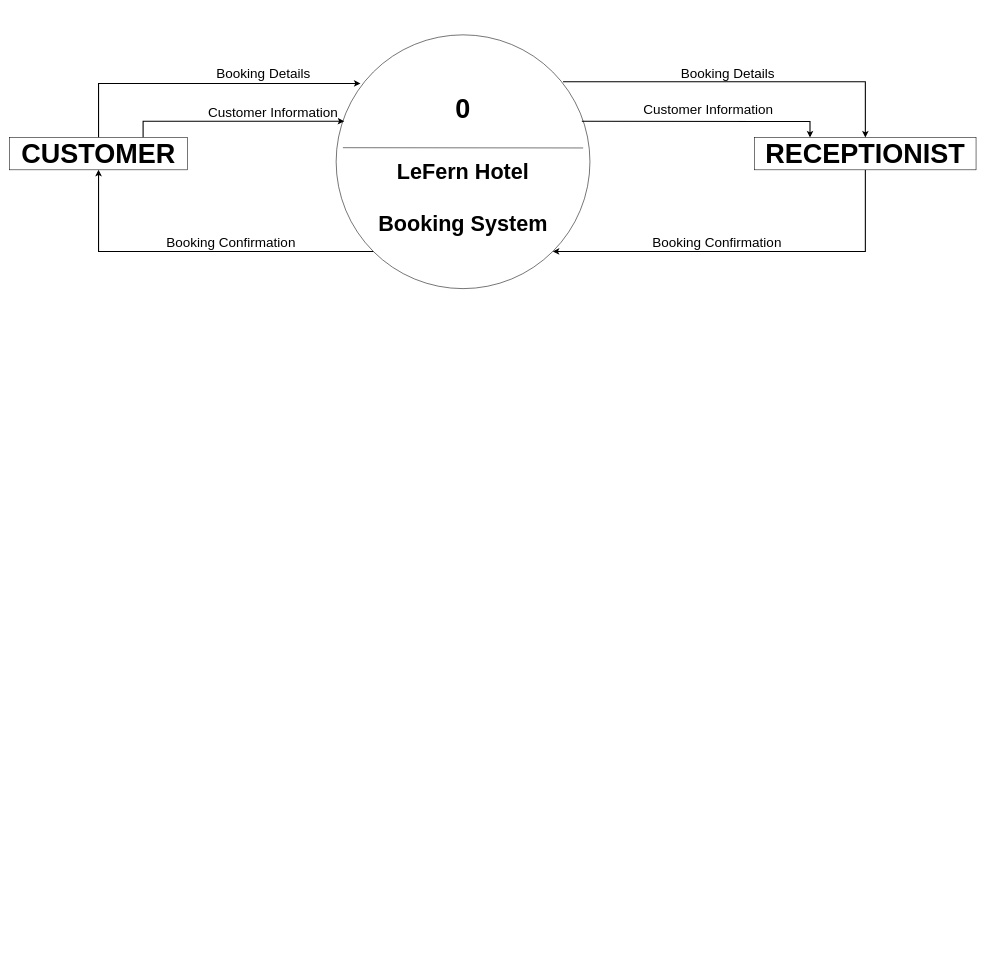
Earlier version of the draw.io diagram CC13/TopLevelDiagram.drawio (doyaoencab/draw.io). Source tidied: cells renumbered, new cells numbered last; positions are measured from the earlier drawing's top-left corner, leaving out a move shared by most shapes. Both pictures are drawn from the tidied source at 54%, with x=0, y=0 at pixel (9, 9).
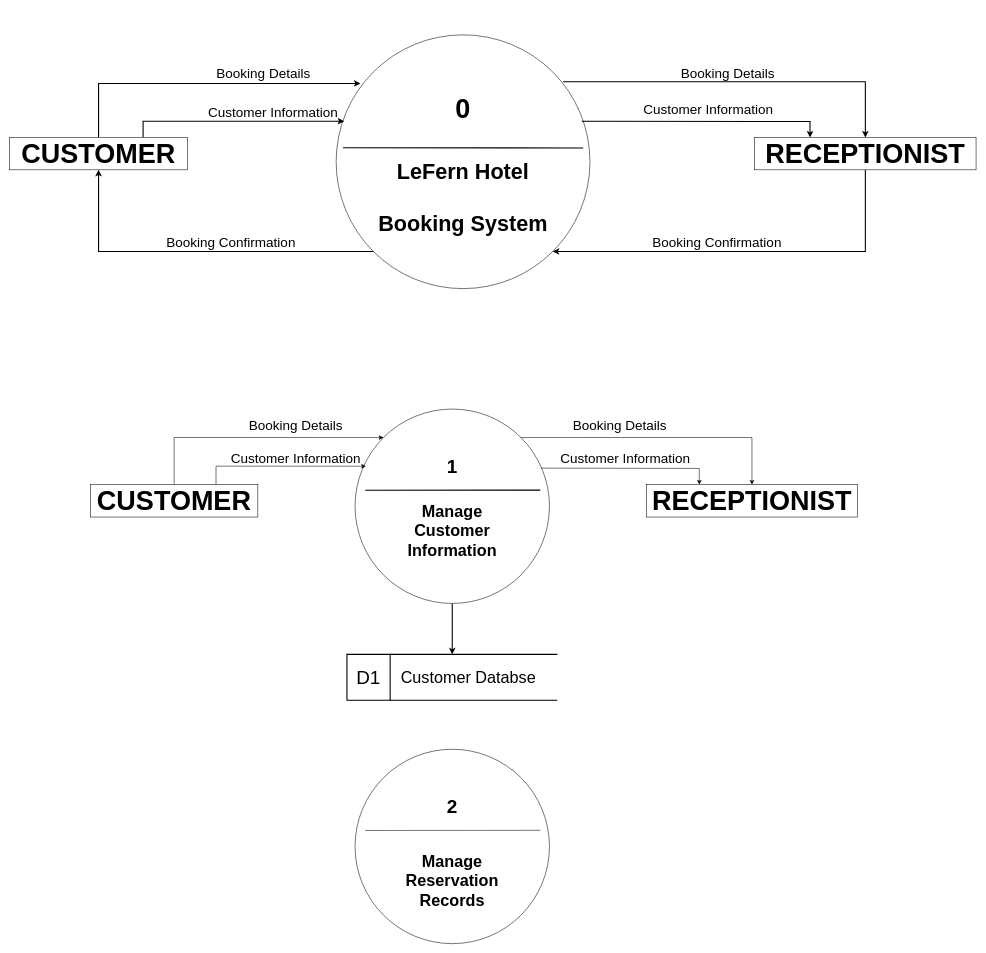
Above is the later version.

The change refers to these unchanged cells:
```xml
<mxCell id="4" style="group;" parent="3" vertex="1">
  <mxGeometry x="-25" y="47" width="470" height="470" as="geometry" />
</mxCell>
```

The edit, as a diff of the source:
```diff
@@
-    <mxCell id="2" style="group;" parent="1" vertex="1">
+    <mxCell id="2" style="group;strokeWidth=3;" parent="1" vertex="1">
       <mxGeometry x="630" y="50" width="530" height="463.6" as="geometry" />
     </mxCell>
@@
-    <mxCell id="6" style="endArrow=none;html=1;rounded=0;entryX=0.958;entryY=0.311;entryDx=0;entryDy=0;entryPerimeter=0;" parent="4" edge="1">
+    <mxCell id="6" style="endArrow=none;html=1;rounded=0;entryX=0.958;entryY=0.311;entryDx=0;entryDy=0;entryPerimeter=0;strokeWidth=2;" parent="4" edge="1">
       <mxGeometry relative="1" as="geometry">
         <mxPoint x="12.5" y="209" as="sourcePoint" />
         <mxPoint x="457.5" y="209.5" as="targetPoint" />
       </mxGeometry>
     </mxCell>
@@
+    <mxCell id="23" style="edgeStyle=orthogonalEdgeStyle;rounded=0;jettySize=auto;html=1;exitX=0.5;exitY=0;exitDx=0;exitDy=0;entryX=0;entryY=0;entryDx=0;entryDy=0;" parent="1" edge="1" source="24" target="27">
+      <mxGeometry relative="1" as="geometry">
+        <Array as="points">
+          <mxPoint x="305" y="793" />
+        </Array>
+      </mxGeometry>
+    </mxCell>
+    <mxCell id="24" value="&lt;b&gt;&lt;font style=&quot;font-size: 50px;&quot;&gt;CUSTOMER&lt;/font&gt;&lt;/b&gt;" style="rounded=0;whiteSpace=wrap;html=1;" parent="1" vertex="1">
+      <mxGeometry x="150" y="880" width="310" height="60" as="geometry" />
+    </mxCell>
+    <mxCell id="25" value="&lt;b&gt;&lt;font style=&quot;font-size: 50px;&quot;&gt;RECEPTIONIST&lt;/font&gt;&lt;/b&gt;" style="rounded=0;whiteSpace=wrap;html=1;" parent="1" vertex="1">
+      <mxGeometry x="1180" y="880" width="390" height="60" as="geometry" />
+    </mxCell>
+    <mxCell id="26" style="group;strokeWidth=3;" parent="1" vertex="1">
+      <mxGeometry x="640" y="740" width="360" height="360" as="geometry" />
+    </mxCell>
+    <mxCell id="27" style="ellipse;whiteSpace=wrap;html=1;" parent="26" vertex="1">
+      <mxGeometry width="360" height="360" as="geometry" />
+    </mxCell>
+    <mxCell id="28" style="endArrow=none;html=1;rounded=0;entryX=0.917;entryY=0.417;entryDx=0;entryDy=0;entryPerimeter=0;exitX=0.016;exitY=0.418;exitDx=0;exitDy=0;exitPerimeter=0;strokeWidth=2;" parent="26" edge="1">
+      <mxGeometry relative="1" as="geometry">
+        <mxPoint x="18.8" y="150.5" as="sourcePoint" />
+        <mxPoint x="343.1" y="150.1" as="targetPoint" />
+      </mxGeometry>
+    </mxCell>
+    <mxCell id="29" value="&lt;font style=&quot;font-size: 30px;&quot;&gt;Manage Customer Information&lt;/font&gt;" style="text;html=1;align=center;verticalAlign=middle;whiteSpace=wrap;rounded=0;fontStyle=1;" parent="26" vertex="1">
+      <mxGeometry x="110" y="210" width="140" height="30" as="geometry" />
+    </mxCell>
+    <mxCell id="30" value="&lt;b&gt;&lt;font style=&quot;font-size: 35px;&quot;&gt;1&lt;/font&gt;&lt;/b&gt;" style="text;html=1;align=center;verticalAlign=middle;whiteSpace=wrap;rounded=0;" parent="26" vertex="1">
+      <mxGeometry x="150" y="90" width="60" height="30" as="geometry" />
+    </mxCell>
+    <mxCell id="31" style="group;" parent="1" vertex="1">
+      <mxGeometry x="640" y="1370" width="360" height="360" as="geometry" />
+    </mxCell>
+    <mxCell id="32" style="ellipse;whiteSpace=wrap;html=1;" parent="31" vertex="1">
+      <mxGeometry width="360" height="360" as="geometry" />
+    </mxCell>
+    <mxCell id="33" style="endArrow=none;html=1;rounded=0;entryX=0.917;entryY=0.417;entryDx=0;entryDy=0;entryPerimeter=0;exitX=0.016;exitY=0.418;exitDx=0;exitDy=0;exitPerimeter=0;" parent="31" edge="1">
+      <mxGeometry relative="1" as="geometry">
+        <mxPoint x="18.8" y="150.5" as="sourcePoint" />
+        <mxPoint x="343.1" y="150.1" as="targetPoint" />
+      </mxGeometry>
+    </mxCell>
+    <mxCell id="34" value="&lt;font style=&quot;font-size: 30px;&quot;&gt;Manage Reservation Records&lt;/font&gt;" style="text;html=1;align=center;verticalAlign=middle;whiteSpace=wrap;rounded=0;fontStyle=1;" parent="31" vertex="1">
+      <mxGeometry x="110" y="228" width="140" height="30" as="geometry" />
+    </mxCell>
+    <mxCell id="35" value="&lt;b&gt;&lt;font style=&quot;font-size: 35px;&quot;&gt;2&lt;/font&gt;&lt;/b&gt;" style="text;html=1;align=center;verticalAlign=middle;whiteSpace=wrap;rounded=0;" parent="31" vertex="1">
+      <mxGeometry x="150" y="90" width="60" height="30" as="geometry" />
+    </mxCell>
+    <mxCell id="36" style="shape=partialRectangle;whiteSpace=wrap;html=1;top=0;bottom=0;fillColor=none;rotation=90;strokeWidth=2;" parent="1" vertex="1">
+      <mxGeometry x="777.5" y="1043" width="85" height="387.5" as="geometry" />
+    </mxCell>
+    <mxCell id="37" value="&lt;font style=&quot;font-size: 35px;&quot;&gt;D1&lt;/font&gt;" style="shape=partialRectangle;whiteSpace=wrap;html=1;top=0;bottom=0;fillColor=none;strokeWidth=2;" parent="1" vertex="1">
+      <mxGeometry x="625" y="1194.2" width="80" height="85" as="geometry" />
+    </mxCell>
+    <mxCell id="38" value="&lt;font style=&quot;font-size: 30px;&quot;&gt;Customer Databse&lt;/font&gt;" style="text;html=1;align=center;verticalAlign=middle;whiteSpace=wrap;rounded=0;" parent="1" vertex="1">
+      <mxGeometry x="710" y="1221.8" width="280" height="30" as="geometry" />
+    </mxCell>
+    <mxCell id="39" value="&lt;font style=&quot;font-size: 25px;&quot;&gt;Booking Details&lt;/font&gt;" style="text;html=1;align=center;verticalAlign=middle;strokeColor=none;fillColor=none;" parent="1" vertex="1">
+      <mxGeometry x="430" y="750" width="200" height="40" as="geometry" />
+    </mxCell>
+    <mxCell id="40" style="edgeStyle=orthogonalEdgeStyle;rounded=0;jettySize=auto;html=1;exitX=0.75;exitY=0;exitDx=0;exitDy=0;entryX=0.056;entryY=0.294;entryDx=0;entryDy=0;entryPerimeter=0;" parent="1" edge="1" source="24" target="27">
+      <mxGeometry relative="1" as="geometry">
+        <Array as="points">
+          <mxPoint x="383" y="846" />
+        </Array>
+      </mxGeometry>
+    </mxCell>
+    <mxCell id="41" value="&lt;font style=&quot;font-size: 25px;&quot;&gt;Customer Information&lt;/font&gt;" style="text;html=1;align=center;verticalAlign=middle;strokeColor=none;fillColor=none;" parent="1" vertex="1">
+      <mxGeometry x="400" y="810" width="260" height="40" as="geometry" />
+    </mxCell>
+    <mxCell id="42" style="edgeStyle=orthogonalEdgeStyle;rounded=0;jettySize=auto;html=1;exitX=0.5;exitY=1;exitDx=0;exitDy=0;entryX=0;entryY=0.5;entryDx=0;entryDy=0;strokeWidth=2;" parent="1" edge="1" source="27" target="36">
+      <mxGeometry relative="1" as="geometry" />
+    </mxCell>
+    <mxCell id="43" style="edgeStyle=orthogonalEdgeStyle;rounded=0;jettySize=auto;html=1;exitX=1;exitY=0;exitDx=0;exitDy=0;entryX=0.5;entryY=0;entryDx=0;entryDy=0;" parent="1" edge="1" source="27" target="25">
+      <mxGeometry relative="1" as="geometry">
+        <Array as="points">
+          <mxPoint x="1375" y="793" />
+        </Array>
+      </mxGeometry>
+    </mxCell>
+    <mxCell id="44" style="edgeStyle=orthogonalEdgeStyle;rounded=0;jettySize=auto;html=1;exitX=0.955;exitY=0.304;exitDx=0;exitDy=0;entryX=0.25;entryY=0;entryDx=0;entryDy=0;exitPerimeter=0;" parent="1" edge="1" source="27" target="25">
+      <mxGeometry relative="1" as="geometry">
+        <Array as="points">
+          <mxPoint x="985" y="849" />
+          <mxPoint x="1278" y="850" />
+        </Array>
+      </mxGeometry>
+    </mxCell>
+    <mxCell id="45" value="&lt;font style=&quot;font-size: 25px;&quot;&gt;Booking Details&lt;/font&gt;" style="text;html=1;align=center;verticalAlign=middle;strokeColor=none;fillColor=none;" parent="1" vertex="1">
+      <mxGeometry x="1030" y="750" width="200" height="40" as="geometry" />
+    </mxCell>
+    <mxCell id="46" value="&lt;font style=&quot;font-size: 25px;&quot;&gt;Customer Information&lt;/font&gt;" style="text;html=1;align=center;verticalAlign=middle;strokeColor=none;fillColor=none;" parent="1" vertex="1">
+      <mxGeometry x="1010" y="810" width="260" height="40" as="geometry" />
+    </mxCell>
```
